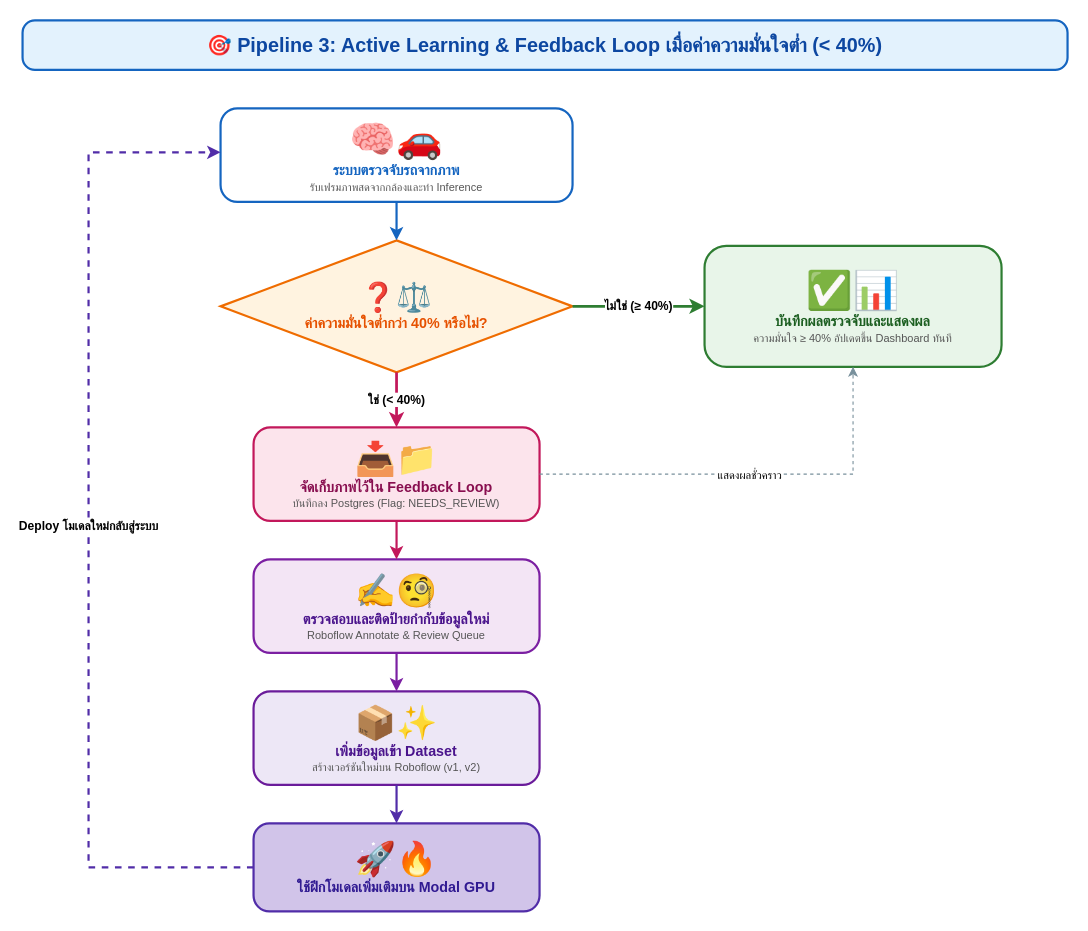
The draw.io diagram page "4. Active Learning & Feedback Loop" (4 of 7) of diagrams/overviews.drawio in price-of-sungkhanakharin/mini-pro-eco, before the edit. Source tidied: cells renumbered, new cells numbered last; positions are measured from the earlier drawing's top-left corner, leaving out a move shared by most shapes. Both pictures are drawn from the tidied source at 110%, with x=0, y=0 at pixel (22, 20).
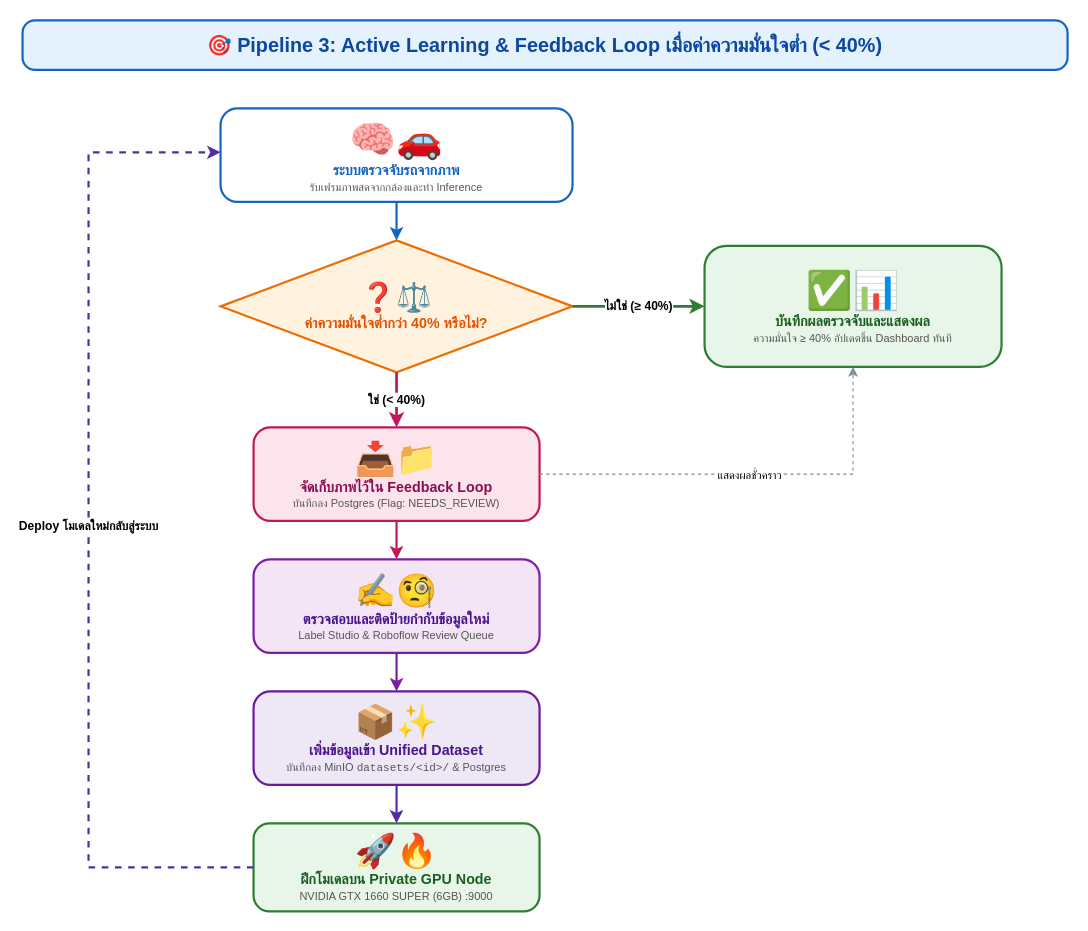
The same diagram, later.

Commit message (it also covers changes not shown here):
docs(diagrams): update overviews.drawio to Private GPU Compute Node architecture across all pages

Change to the diagram source:
```diff
@@
-    <mxCell id="7" value="&lt;div style='text-align:center;'&gt;&lt;span style='font-size:30px;'&gt;✍️🧐&lt;/span&gt;&lt;br/&gt;&lt;b style='font-size:13px;color:#4A148C;'&gt;ตรวจสอบและติดป้ายกำกับข้อมูลใหม่&lt;/b&gt;&lt;br/&gt;&lt;span style='font-size:10px;color:#555;'&gt;Roboflow Annotate &amp; Review Queue&lt;/span&gt;&lt;/div&gt;" style="rounded=1;whiteSpace=wrap;html=1;fillColor=#F3E5F5;strokeColor=#7B1FA2;strokeWidth=2;arcSize=18;" parent="1" vertex="1">
+    <mxCell id="7" value="&lt;div style='text-align:center;'&gt;&lt;span style='font-size:30px;'&gt;✍️🧐&lt;/span&gt;&lt;br/&gt;&lt;b style='font-size:13px;color:#4A148C;'&gt;ตรวจสอบและติดป้ายกำกับข้อมูลใหม่&lt;/b&gt;&lt;br/&gt;&lt;span style='font-size:10px;color:#555;'&gt;Label Studio &amp; Roboflow Review Queue&lt;/span&gt;&lt;/div&gt;" style="rounded=1;whiteSpace=wrap;html=1;fillColor=#F3E5F5;strokeColor=#7B1FA2;strokeWidth=2;arcSize=18;" parent="1" vertex="1">
       <mxGeometry x="210" y="490" width="260" height="85" as="geometry" />
     </mxCell>
-    <mxCell id="8" value="&lt;div style='text-align:center;'&gt;&lt;span style='font-size:30px;'&gt;📦✨&lt;/span&gt;&lt;br/&gt;&lt;b style='font-size:13px;color:#4A148C;'&gt;เพิ่มข้อมูลเข้า Dataset&lt;/b&gt;&lt;br/&gt;&lt;span style='font-size:10px;color:#555;'&gt;สร้างเวอร์ชันใหม่บน Roboflow (v1, v2)&lt;/span&gt;&lt;/div&gt;" style="rounded=1;whiteSpace=wrap;html=1;fillColor=#EDE7F6;strokeColor=#6A1B9A;strokeWidth=2;arcSize=18;" parent="1" vertex="1">
+    <mxCell id="8" value="&lt;div style='text-align:center;'&gt;&lt;span style='font-size:30px;'&gt;📦✨&lt;/span&gt;&lt;br/&gt;&lt;b style='font-size:13px;color:#4A148C;'&gt;เพิ่มข้อมูลเข้า Unified Dataset&lt;/b&gt;&lt;br/&gt;&lt;span style='font-size:10px;color:#555;'&gt;บันทึกลง MinIO &lt;code&gt;datasets/&amp;lt;id&amp;gt;/&lt;/code&gt; &amp; Postgres&lt;/span&gt;&lt;/div&gt;" style="rounded=1;whiteSpace=wrap;html=1;fillColor=#EDE7F6;strokeColor=#6A1B9A;strokeWidth=2;arcSize=18;" parent="1" vertex="1">
       <mxGeometry x="210" y="610" width="260" height="85" as="geometry" />
     </mxCell>
-    <mxCell id="9" value="&lt;div style='text-align:center;'&gt;&lt;span style='font-size:30px;'&gt;🚀🔥&lt;/span&gt;&lt;br/&gt;&lt;b style='font-size:13px;color:#311B92;'&gt;ใช้ฝึกโมเดลเพิ่มเติมบน Modal GPU&lt;/b&gt;&lt;/div&gt;" style="rounded=1;whiteSpace=wrap;html=1;fillColor=#D1C4E9;strokeColor=#512DA8;strokeWidth=2;arcSize=18;" parent="1" vertex="1">
+    <mxCell id="9" value="&lt;div style='text-align:center;'&gt;&lt;span style='font-size:30px;'&gt;🚀🔥&lt;/span&gt;&lt;br/&gt;&lt;b style='font-size:13px;color:#1B5E20;'&gt;ฝึกโมเดลบน Private GPU Node&lt;/b&gt;&lt;br/&gt;&lt;span style='font-size:10px;color:#555;'&gt;NVIDIA GTX 1660 SUPER (6GB) :9000&lt;/span&gt;&lt;/div&gt;" style="rounded=1;whiteSpace=wrap;html=1;fillColor=#E8F5E9;strokeColor=#2E7D32;strokeWidth=2;arcSize=18;" parent="1" vertex="1">
       <mxGeometry x="210" y="730" width="260" height="80" as="geometry" />
     </mxCell>
```
